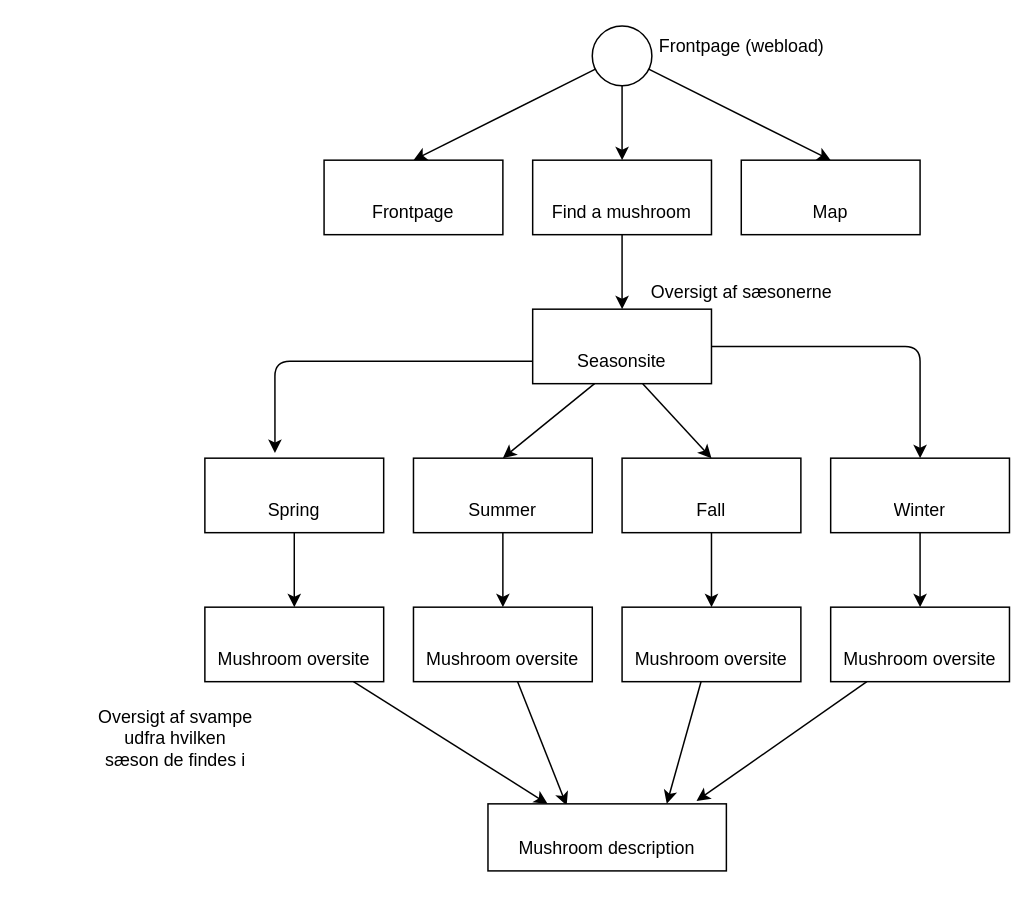
Before: diagram.drawio in Emilieklestrup/vildmad-site, a draw.io diagram. Source tidied: cells renumbered, new cells numbered last; positions are measured from the earlier drawing's top-left corner, leaving out a move shared by most shapes. Both pictures are drawn from the tidied source at 149%, with x=0, y=0 at pixel (25, 25).
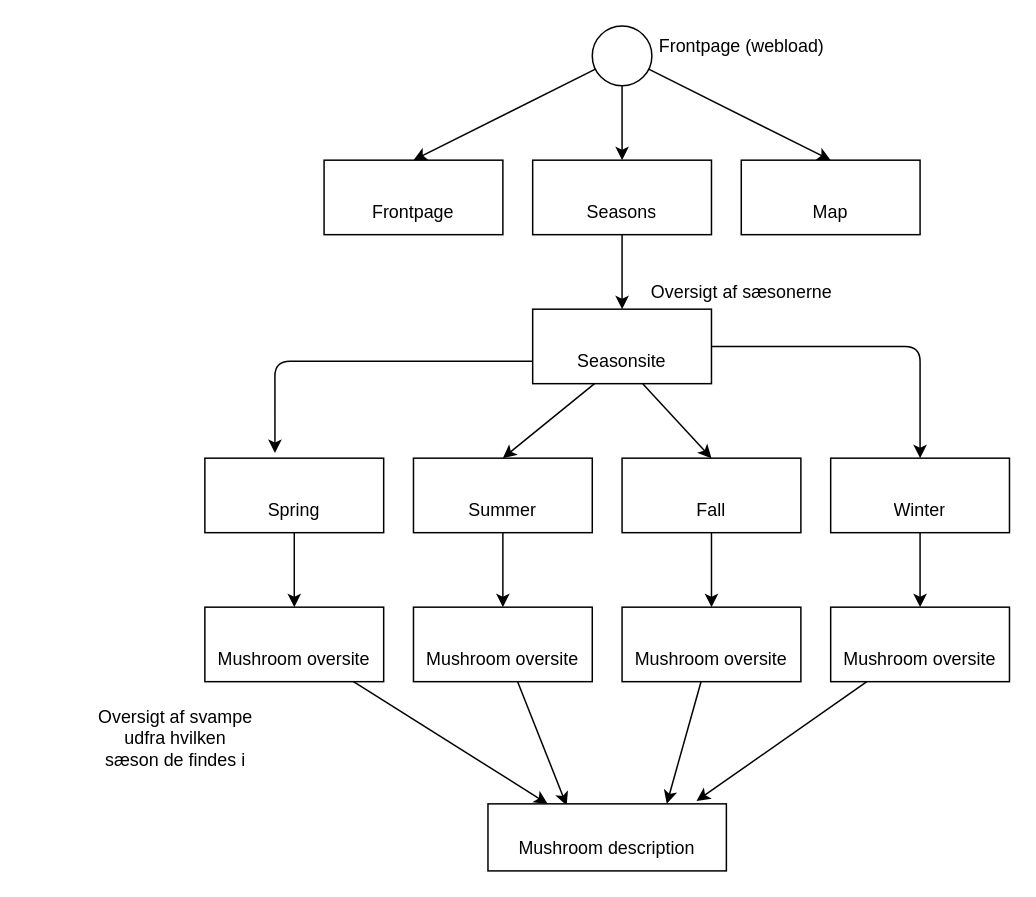
Above is the later version.

The change refers to these unchanged cells:
```xml
<mxCell id="9" style="align=right;verticalAlign=top;spacingRight=2;" parent="1" vertex="1">
  <mxGeometry x="340" y="90" width="120" height="50" as="geometry" />
</mxCell>
```

The edit, as a diff of the source:
```diff
@@
-    <mxCell id="10" value="Find a mushroom" style="text;html=1;strokeColor=none;fillColor=none;align=center;verticalAlign=middle;spacingLeft=4;spacingRight=4;overflow=hidden;" parent="9" vertex="1">
+    <mxCell id="10" value="Seasons" style="text;html=1;strokeColor=none;fillColor=none;align=center;verticalAlign=middle;spacingLeft=4;spacingRight=4;overflow=hidden;" parent="9" vertex="1">
       <mxGeometry y="1" width="120" height="30" relative="1" as="geometry">
         <mxPoint y="-30" as="offset" />
       </mxGeometry>
     </mxCell>
```
